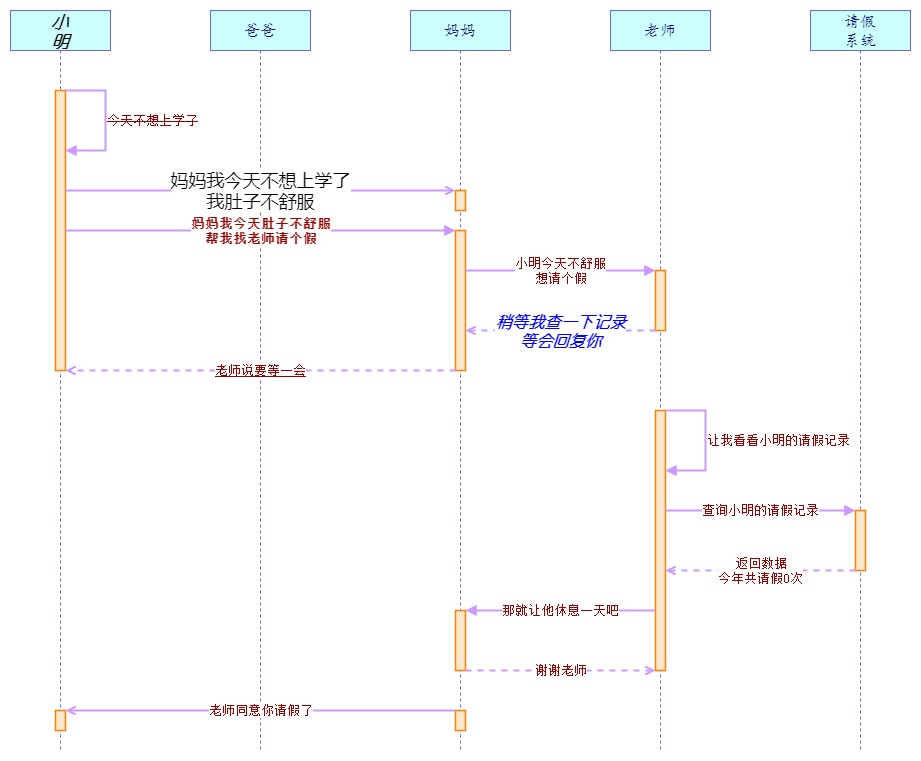
The draw.io diagram pic/example.png in Adrninistrator/uml-sequence-diagram-drawio, before a commit. Source tidied: cells renumbered, new cells last; positions are measured from the earlier drawing's top-left corner, leaving out a move shared by most shapes.
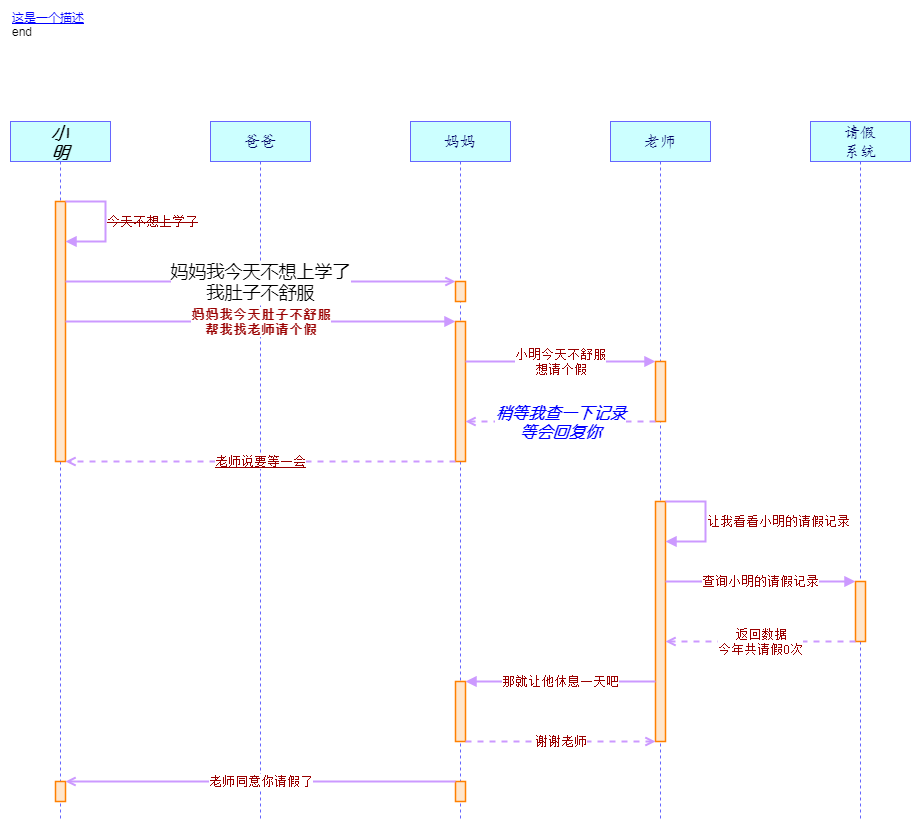
The same diagram one commit later.

Change to the diagram source:
```diff
@@ -3,125 +3,128 @@
     <mxCell id="0" />
     <mxCell id="1" parent="0" />
     <mxCell id="2" value="&lt;font style=&quot;font-size: 17px&quot; face=&quot;幼圆&quot; color=&quot;#000000&quot;&gt;&lt;b&gt;&lt;i&gt;小&lt;br&gt;明&lt;/i&gt;&lt;/b&gt;&lt;/font&gt;" style="strokeWidth=1;fillColor=#CCFFFF;whiteSpace=wrap;shape=umlLifeline;size=40;perimeter=lifelinePerimeter;html=1;strokeColor=#6666FF;" parent="1" vertex="1">
-      <mxGeometry width="100" height="740" as="geometry" />
+      <mxGeometry width="100" height="700" as="geometry" />
     </mxCell>
     <mxCell id="3" value="&lt;font face=&quot;楷体&quot; style=&quot;font-size: 16px&quot; color=&quot;#000066&quot;&gt;爸爸&lt;/font&gt;" style="strokeWidth=1;fillColor=#CCFFFF;whiteSpace=wrap;shape=umlLifeline;size=40;perimeter=lifelinePerimeter;html=1;strokeColor=#6666FF;" parent="1" vertex="1">
-      <mxGeometry x="200" width="100" height="740" as="geometry" />
+      <mxGeometry x="200" width="100" height="700" as="geometry" />
     </mxCell>
     <mxCell id="4" value="&lt;font face=&quot;楷体&quot; style=&quot;font-size: 16px&quot; color=&quot;#000066&quot;&gt;妈妈&lt;/font&gt;" style="strokeWidth=1;fillColor=#CCFFFF;whiteSpace=wrap;shape=umlLifeline;size=40;perimeter=lifelinePerimeter;html=1;strokeColor=#6666FF;" parent="1" vertex="1">
-      <mxGeometry x="400" width="100" height="740" as="geometry" />
+      <mxGeometry x="400" width="100" height="700" as="geometry" />
     </mxCell>
     <mxCell id="5" value="&lt;font face=&quot;楷体&quot; style=&quot;font-size: 16px&quot; color=&quot;#000066&quot;&gt;老师&lt;/font&gt;" style="strokeWidth=1;fillColor=#CCFFFF;whiteSpace=wrap;shape=umlLifeline;size=40;perimeter=lifelinePerimeter;html=1;strokeColor=#6666FF;" parent="1" vertex="1">
-      <mxGeometry x="600" width="100" height="740" as="geometry" />
+      <mxGeometry x="600" width="100" height="700" as="geometry" />
     </mxCell>
     <mxCell id="6" value="&lt;font face=&quot;楷体&quot; style=&quot;font-size: 16px&quot; color=&quot;#000066&quot;&gt;请假&lt;br&gt;系统&lt;/font&gt;" style="strokeWidth=1;fillColor=#CCFFFF;whiteSpace=wrap;shape=umlLifeline;size=40;perimeter=lifelinePerimeter;html=1;strokeColor=#6666FF;" parent="1" vertex="1">
-      <mxGeometry x="800" width="100" height="740" as="geometry" />
+      <mxGeometry x="800" width="100" height="700" as="geometry" />
     </mxCell>
-    <mxCell id="7" style="strokeWidth=1.5;fillColor=#FFE6CC;perimeter=orthogonalPerimeter;html=1;strokeColor=#FF8000;" parent="1" vertex="1">
-      <mxGeometry x="45" y="80" width="10" height="280" as="geometry" />
-    </mxCell>
-    <mxCell id="8" style="strokeWidth=1.5;fillColor=#FFE6CC;perimeter=orthogonalPerimeter;html=1;strokeColor=#FF8000;" parent="1" vertex="1">
-      <mxGeometry x="45" y="700" width="10" height="20" as="geometry" />
-    </mxCell>
-    <mxCell id="9" style="strokeWidth=1.5;fillColor=#FFE6CC;perimeter=orthogonalPerimeter;html=1;strokeColor=#FF8000;" parent="1" vertex="1">
-      <mxGeometry x="445" y="180" width="10" height="20" as="geometry" />
-    </mxCell>
-    <mxCell id="10" style="strokeWidth=1.5;fillColor=#FFE6CC;perimeter=orthogonalPerimeter;html=1;strokeColor=#FF8000;" parent="1" vertex="1">
-      <mxGeometry x="445" y="220" width="10" height="140" as="geometry" />
-    </mxCell>
-    <mxCell id="11" style="strokeWidth=1.5;fillColor=#FFE6CC;perimeter=orthogonalPerimeter;html=1;strokeColor=#FF8000;" parent="1" vertex="1">
-      <mxGeometry x="445" y="600" width="10" height="60" as="geometry" />
-    </mxCell>
-    <mxCell id="12" style="strokeWidth=1.5;fillColor=#FFE6CC;perimeter=orthogonalPerimeter;html=1;strokeColor=#FF8000;" parent="1" vertex="1">
-      <mxGeometry x="445" y="700" width="10" height="20" as="geometry" />
-    </mxCell>
-    <mxCell id="13" style="strokeWidth=1.5;fillColor=#FFE6CC;perimeter=orthogonalPerimeter;html=1;strokeColor=#FF8000;" parent="1" vertex="1">
-      <mxGeometry x="645" y="260" width="10" height="60" as="geometry" />
-    </mxCell>
-    <mxCell id="14" style="strokeWidth=1.5;fillColor=#FFE6CC;perimeter=orthogonalPerimeter;html=1;strokeColor=#FF8000;" parent="1" vertex="1">
-      <mxGeometry x="645" y="400" width="10" height="260" as="geometry" />
-    </mxCell>
-    <mxCell id="15" style="strokeWidth=1.5;fillColor=#FFE6CC;perimeter=orthogonalPerimeter;html=1;strokeColor=#FF8000;" parent="1" vertex="1">
-      <mxGeometry x="845" y="500" width="10" height="60" as="geometry" />
-    </mxCell>
+    <mxCell id="28" style="strokeWidth=1.5;fillColor=#FFE6CC;perimeter=orthogonalPerimeter;html=1;strokeColor=#FF8000;" parent="1" vertex="1">
+      <mxGeometry x="45" y="80" width="10" height="260" as="geometry" />
+    </mxCell>
+    <mxCell id="29" style="strokeWidth=1.5;fillColor=#FFE6CC;perimeter=orthogonalPerimeter;html=1;strokeColor=#FF8000;" parent="1" vertex="1">
+      <mxGeometry x="45" y="660" width="10" height="20" as="geometry" />
+    </mxCell>
+    <mxCell id="30" style="strokeWidth=1.5;fillColor=#FFE6CC;perimeter=orthogonalPerimeter;html=1;strokeColor=#FF8000;" parent="1" vertex="1">
+      <mxGeometry x="445" y="160" width="10" height="20" as="geometry" />
+    </mxCell>
+    <mxCell id="31" style="strokeWidth=1.5;fillColor=#FFE6CC;perimeter=orthogonalPerimeter;html=1;strokeColor=#FF8000;" parent="1" vertex="1">
+      <mxGeometry x="445" y="200" width="10" height="140" as="geometry" />
+    </mxCell>
+    <mxCell id="32" style="strokeWidth=1.5;fillColor=#FFE6CC;perimeter=orthogonalPerimeter;html=1;strokeColor=#FF8000;" parent="1" vertex="1">
+      <mxGeometry x="445" y="560" width="10" height="60" as="geometry" />
+    </mxCell>
+    <mxCell id="33" style="strokeWidth=1.5;fillColor=#FFE6CC;perimeter=orthogonalPerimeter;html=1;strokeColor=#FF8000;" parent="1" vertex="1">
+      <mxGeometry x="445" y="660" width="10" height="20" as="geometry" />
+    </mxCell>
+    <mxCell id="34" style="strokeWidth=1.5;fillColor=#FFE6CC;perimeter=orthogonalPerimeter;html=1;strokeColor=#FF8000;" parent="1" vertex="1">
+      <mxGeometry x="645" y="240" width="10" height="60" as="geometry" />
+    </mxCell>
+    <mxCell id="35" style="strokeWidth=1.5;fillColor=#FFE6CC;perimeter=orthogonalPerimeter;html=1;strokeColor=#FF8000;" parent="1" vertex="1">
+      <mxGeometry x="645" y="380" width="10" height="240" as="geometry" />
+    </mxCell>
+    <mxCell id="36" style="strokeWidth=1.5;fillColor=#FFE6CC;perimeter=orthogonalPerimeter;html=1;strokeColor=#FF8000;" parent="1" vertex="1">
+      <mxGeometry x="845" y="460" width="10" height="60" as="geometry" />
+    </mxCell>
+    <mxCell id="37" value="&lt;font color=&quot;#0000ff&quot; &gt;&lt;u&gt;这是一个描述&lt;/u&gt;&lt;/font&gt;&lt;br&gt;end" style="text;fillColor=none;verticalAlign=bottom;verticalLabelPosition=top;whiteSpace=wrap;labelPosition=center;rounded=0;html=1;strokeColor=none;align=left;fontColor=#000000;" parent="1" vertex="1">
+      <mxGeometry y="-80" width="900" height="20" as="geometry" />
+    </mxCell>
     <mxCell id="16" value="&lt;font face=&quot;宋体&quot; style=&quot;font-size: 13px&quot; color=&quot;#990000&quot;&gt;&lt;strike&gt;今天不想上学了&lt;/strike&gt;&lt;/font&gt;" style="strokeWidth=2;endFill=1;rounded=0;html=1;strokeColor=#CC99FF;endArrow=block;align=left;" parent="1" edge="1">
       <mxGeometry relative="1" as="geometry">
         <mxPoint x="55" y="80" as="sourcePoint" />
-        <mxPoint x="55" y="140" as="targetPoint" />
+        <mxPoint x="55" y="120" as="targetPoint" />
         <Array as="points">
           <mxPoint x="95" y="80" />
-          <mxPoint x="95" y="140" />
+          <mxPoint x="95" y="120" />
         </Array>
       </mxGeometry>
     </mxCell>
     <mxCell id="17" value="&lt;font style=&quot;font-size: 18px&quot; face=&quot;微软雅黑&quot; color=&quot;#000000&quot;&gt;妈妈我今天不想上学了&lt;br&gt;我肚子不舒服&lt;/font&gt;" style="strokeWidth=2;endFill=0;html=1;strokeColor=#CC99FF;endArrow=open;" parent="1" edge="1">
       <mxGeometry relative="1" as="geometry">
-        <mxPoint x="55" y="180" as="sourcePoint" />
-        <mxPoint x="445" y="180" as="targetPoint" />
+        <mxPoint x="55" y="160" as="sourcePoint" />
+        <mxPoint x="445" y="160" as="targetPoint" />
       </mxGeometry>
     </mxCell>
     <mxCell id="18" value="&lt;font face=&quot;宋体&quot; style=&quot;font-size: 13px&quot; color=&quot;#990000&quot;&gt;&lt;b&gt;妈妈我今天肚子不舒服&lt;br&gt;帮我找老师请个假&lt;/b&gt;&lt;/font&gt;" style="strokeWidth=2;endFill=1;html=1;strokeColor=#CC99FF;endArrow=block;" parent="1" edge="1">
       <mxGeometry relative="1" as="geometry">
-        <mxPoint x="55" y="220" as="sourcePoint" />
-        <mxPoint x="445" y="220" as="targetPoint" />
+        <mxPoint x="55" y="200" as="sourcePoint" />
+        <mxPoint x="445" y="200" as="targetPoint" />
       </mxGeometry>
     </mxCell>
     <mxCell id="19" value="&lt;font face=&quot;宋体&quot; style=&quot;font-size: 13px&quot; color=&quot;#990000&quot;&gt;小明今天不舒服&lt;br&gt;想请个假&lt;/font&gt;" style="strokeWidth=2;endFill=1;html=1;strokeColor=#CC99FF;endArrow=block;" parent="1" edge="1">
       <mxGeometry relative="1" as="geometry">
-        <mxPoint x="455" y="260" as="sourcePoint" />
-        <mxPoint x="645" y="260" as="targetPoint" />
+        <mxPoint x="455" y="240" as="sourcePoint" />
+        <mxPoint x="645" y="240" as="targetPoint" />
       </mxGeometry>
     </mxCell>
     <mxCell id="20" value="&lt;font style=&quot;font-size: 16px&quot; face=&quot;幼圆&quot; color=&quot;#0000ff&quot;&gt;&lt;b&gt;&lt;i&gt;稍等我查一下记录&lt;br&gt;等会回复你&lt;/i&gt;&lt;/b&gt;&lt;/font&gt;" style="strokeWidth=2;dashed=1;endFill=0;html=1;strokeColor=#CC99FF;endArrow=open;" parent="1" edge="1">
       <mxGeometry relative="1" as="geometry">
-        <mxPoint x="645" y="320" as="sourcePoint" />
-        <mxPoint x="455" y="320" as="targetPoint" />
+        <mxPoint x="645" y="300" as="sourcePoint" />
+        <mxPoint x="455" y="300" as="targetPoint" />
       </mxGeometry>
     </mxCell>
     <mxCell id="21" value="&lt;font face=&quot;宋体&quot; style=&quot;font-size: 13px&quot; color=&quot;#990000&quot;&gt;&lt;u&gt;老师说要等一会&lt;/u&gt;&lt;/font&gt;" style="strokeWidth=2;dashed=1;endFill=0;html=1;strokeColor=#CC99FF;endArrow=open;" parent="1" edge="1">
       <mxGeometry relative="1" as="geometry">
-        <mxPoint x="445" y="360" as="sourcePoint" />
-        <mxPoint x="55" y="360" as="targetPoint" />
+        <mxPoint x="445" y="340" as="sourcePoint" />
+        <mxPoint x="55" y="340" as="targetPoint" />
       </mxGeometry>
     </mxCell>
     <mxCell id="22" value="&lt;font face=&quot;宋体&quot; style=&quot;font-size: 13px&quot; color=&quot;#990000&quot;&gt;让我看看小明的请假记录&lt;/font&gt;" style="strokeWidth=2;endFill=1;rounded=0;html=1;strokeColor=#CC99FF;endArrow=block;align=left;" parent="1" edge="1">
       <mxGeometry relative="1" as="geometry">
-        <mxPoint x="655" y="400" as="sourcePoint" />
-        <mxPoint x="655" y="460" as="targetPoint" />
+        <mxPoint x="655" y="380" as="sourcePoint" />
+        <mxPoint x="655" y="420" as="targetPoint" />
         <Array as="points">
-          <mxPoint x="695" y="400" />
-          <mxPoint x="695" y="460" />
+          <mxPoint x="695" y="380" />
+          <mxPoint x="695" y="420" />
         </Array>
       </mxGeometry>
     </mxCell>
     <mxCell id="23" value="&lt;font face=&quot;宋体&quot; style=&quot;font-size: 13px&quot; color=&quot;#990000&quot;&gt;查询小明的请假记录&lt;/font&gt;" style="strokeWidth=2;endFill=1;html=1;strokeColor=#CC99FF;endArrow=block;" parent="1" edge="1">
       <mxGeometry relative="1" as="geometry">
-        <mxPoint x="655" y="500" as="sourcePoint" />
-        <mxPoint x="845" y="500" as="targetPoint" />
+        <mxPoint x="655" y="460" as="sourcePoint" />
+        <mxPoint x="845" y="460" as="targetPoint" />
       </mxGeometry>
     </mxCell>
     <mxCell id="24" value="&lt;font face=&quot;宋体&quot; style=&quot;font-size: 13px&quot; color=&quot;#990000&quot;&gt;返回数据&lt;br&gt;今年共请假0次&lt;/font&gt;" style="strokeWidth=2;dashed=1;endFill=0;html=1;strokeColor=#CC99FF;endArrow=open;" parent="1" edge="1">
       <mxGeometry relative="1" as="geometry">
-        <mxPoint x="845" y="560" as="sourcePoint" />
-        <mxPoint x="655" y="560" as="targetPoint" />
+        <mxPoint x="845" y="520" as="sourcePoint" />
+        <mxPoint x="655" y="520" as="targetPoint" />
       </mxGeometry>
     </mxCell>
     <mxCell id="25" value="&lt;font face=&quot;宋体&quot; style=&quot;font-size: 13px&quot; color=&quot;#990000&quot;&gt;那就让他休息一天吧&lt;/font&gt;" style="strokeWidth=2;endFill=1;html=1;strokeColor=#CC99FF;endArrow=block;" parent="1" edge="1">
       <mxGeometry relative="1" as="geometry">
-        <mxPoint x="645" y="600" as="sourcePoint" />
-        <mxPoint x="455" y="600" as="targetPoint" />
+        <mxPoint x="645" y="560" as="sourcePoint" />
+        <mxPoint x="455" y="560" as="targetPoint" />
       </mxGeometry>
     </mxCell>
     <mxCell id="26" value="&lt;font face=&quot;宋体&quot; style=&quot;font-size: 13px&quot; color=&quot;#990000&quot;&gt;谢谢老师&lt;/font&gt;" style="strokeWidth=2;dashed=1;endFill=0;html=1;strokeColor=#CC99FF;endArrow=open;" parent="1" edge="1">
       <mxGeometry relative="1" as="geometry">
-        <mxPoint x="455" y="660" as="sourcePoint" />
-        <mxPoint x="645" y="660" as="targetPoint" />
+        <mxPoint x="455" y="620" as="sourcePoint" />
+        <mxPoint x="645" y="620" as="targetPoint" />
       </mxGeometry>
     </mxCell>
     <mxCell id="27" value="&lt;font face=&quot;宋体&quot; style=&quot;font-size: 13px&quot; color=&quot;#990000&quot;&gt;老师同意你请假了&lt;/font&gt;" style="strokeWidth=2;endFill=0;html=1;strokeColor=#CC99FF;endArrow=open;" parent="1" edge="1">
       <mxGeometry relative="1" as="geometry">
-        <mxPoint x="445" y="700" as="sourcePoint" />
-        <mxPoint x="55" y="700" as="targetPoint" />
+        <mxPoint x="445" y="660" as="sourcePoint" />
+        <mxPoint x="55" y="660" as="targetPoint" />
       </mxGeometry>
     </mxCell>
   </root>
```
